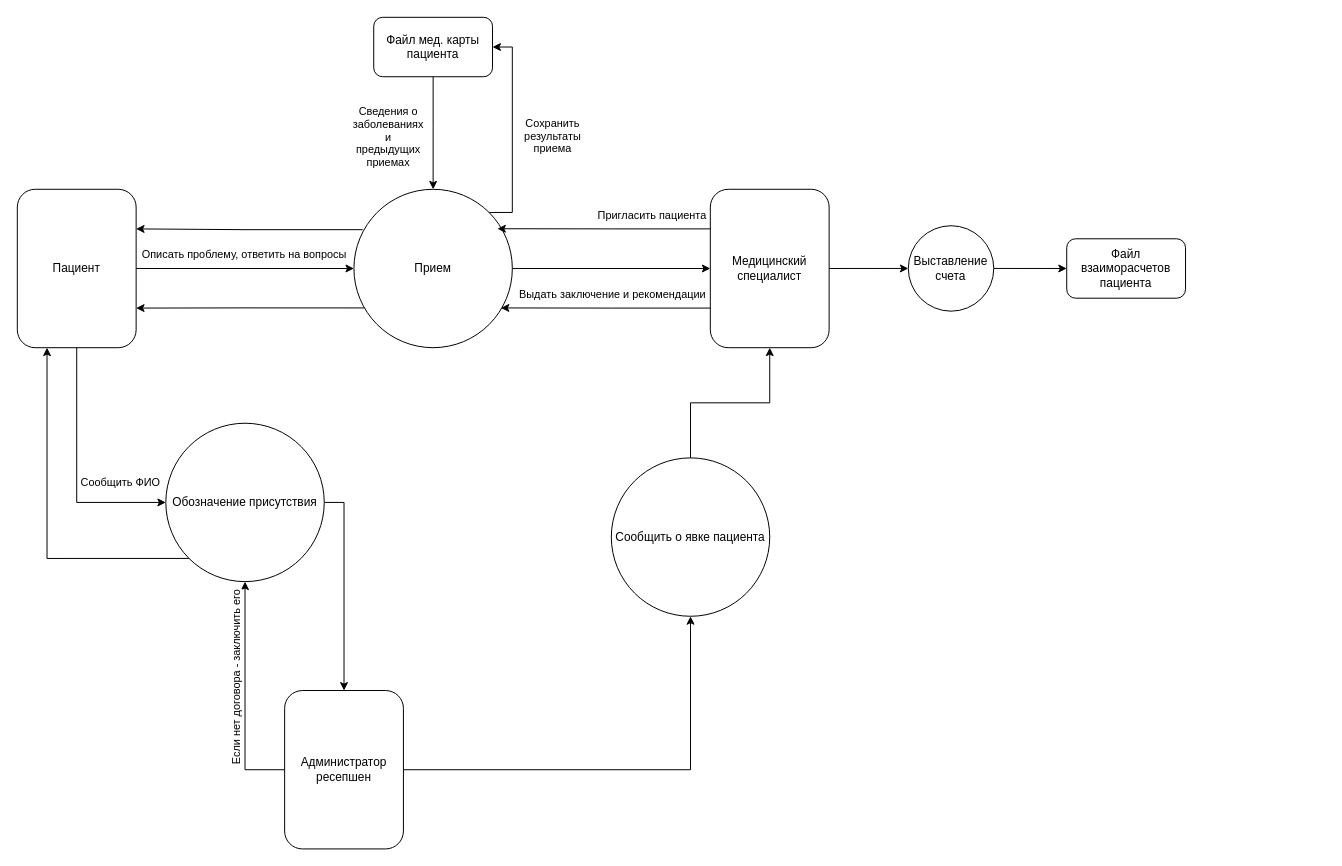
The draw.io diagram Task1/patient_do.drawio in kelwar/architecture-medikamente, before the edit. Source tidied: cells renumbered, new cells numbered last; positions are measured from the earlier drawing's top-left corner, leaving out a move shared by most shapes. Both pictures are drawn from the tidied source at 99%, with x=0, y=0 at pixel (17, 17).
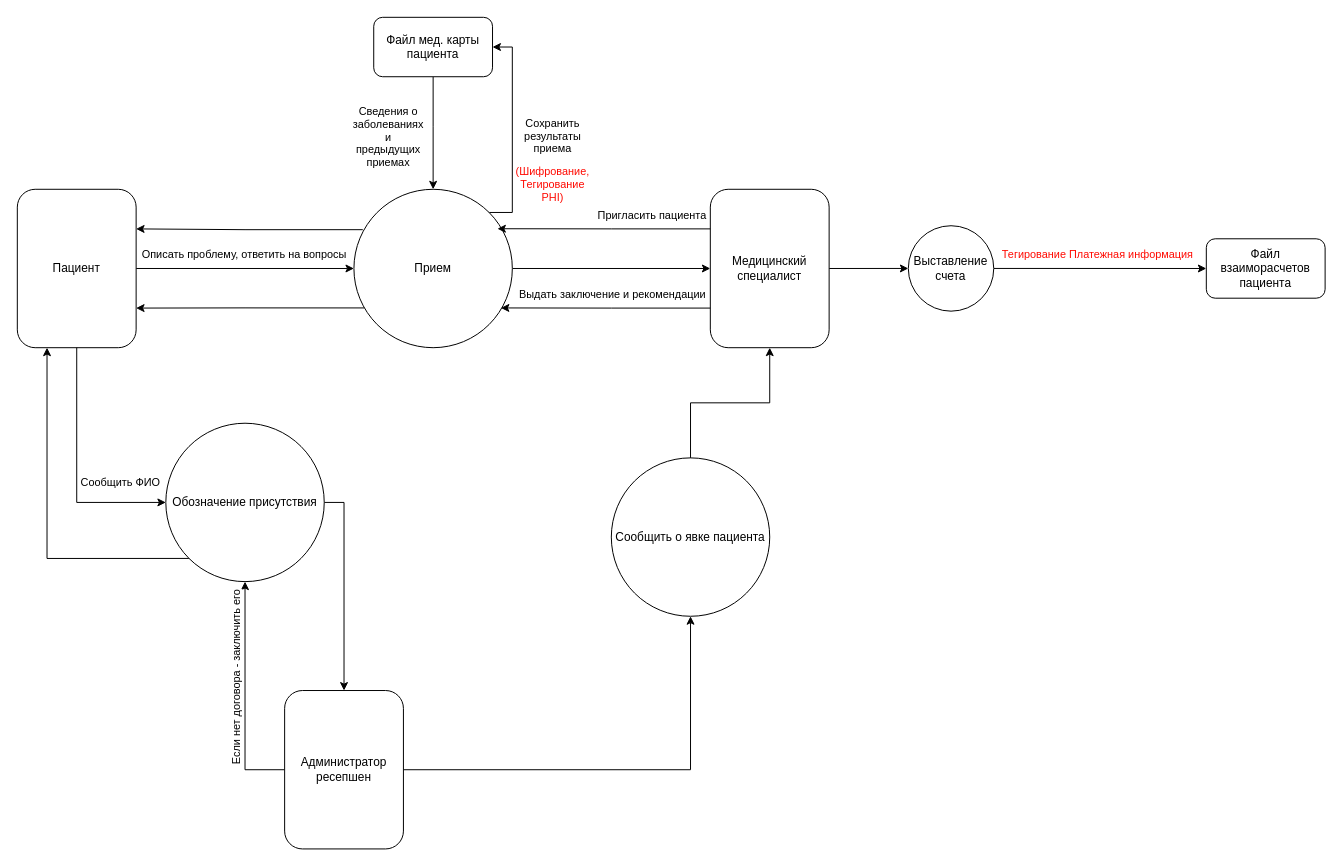
Above is the later version.

Unchanged cells that the change refers to:
```xml
<mxCell id="19" style="edgeStyle=orthogonalEdgeStyle;rounded=0;jettySize=auto;html=1;exitX=1;exitY=0;exitDx=0;exitDy=0;entryX=1;entryY=0.5;entryDx=0;entryDy=0;" parent="1" edge="1" source="21" target="30">
  <mxGeometry relative="1" as="geometry">
    <Array as="points">
      <mxPoint x="500" y="197" />
      <mxPoint x="500" y="30" />
    </Array>
  </mxGeometry>
</mxCell>
<mxCell id="32" style="edgeStyle=orthogonalEdgeStyle;rounded=0;jettySize=auto;html=1;exitX=1;exitY=0.5;exitDx=0;exitDy=0;entryX=0;entryY=0.5;entryDx=0;entryDy=0;" parent="1" edge="1" source="33" target="31">
  <mxGeometry relative="1" as="geometry" />
</mxCell>
```

Diff of the diagram source:
```diff
@@
+    <mxCell id="34" value="(Шифрование, Тегирование PHI)" style="edgeLabel;html=1;align=center;verticalAlign=middle;fontColor=#FF0A02;whiteSpace=wrap;" parent="19" vertex="1">
+      <mxGeometry x="-0.52" relative="1" as="geometry">
+        <mxPoint x="40" y="-1" as="offset" />
+      </mxGeometry>
+    </mxCell>
@@
     <mxCell id="31" value="Файл взаиморасчетов пациента" style="rounded=1;whiteSpace=wrap;html=1;" parent="1" vertex="1">
-      <mxGeometry x="1060" y="223.7" width="120" height="60" as="geometry" />
+      <mxGeometry x="1201" y="223.7" width="120" height="60" as="geometry" />
     </mxCell>
@@
+    <mxCell id="35" value="Тегирование Платежная информация" style="edgeLabel;html=1;align=center;verticalAlign=middle;fontColor=#FF0A02;" parent="32" vertex="1">
+      <mxGeometry x="-0.56" y="1" relative="1" as="geometry">
+        <mxPoint x="57" y="-13" as="offset" />
+      </mxGeometry>
+    </mxCell>
```
